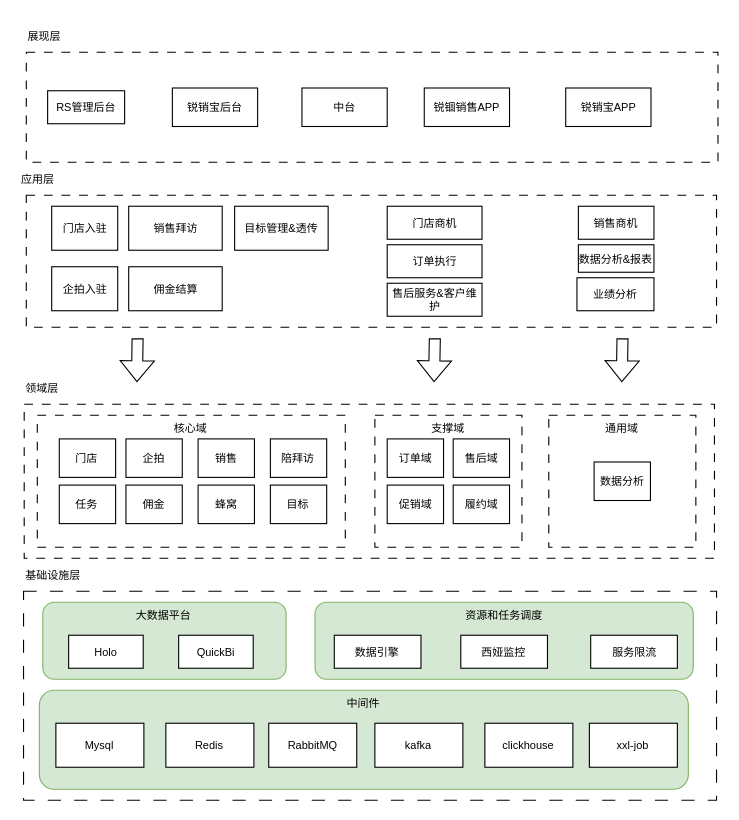
The draw.io diagram RS&RP应用层架构-3.drawio in shixiaoding/draw, before the edit. Source tidied: cells renumbered, new cells numbered last; positions are measured from the earlier drawing's top-left corner, leaving out a move shared by most shapes. Both pictures are drawn from the tidied source at 110%, with x=0, y=0 at pixel (18, 19).
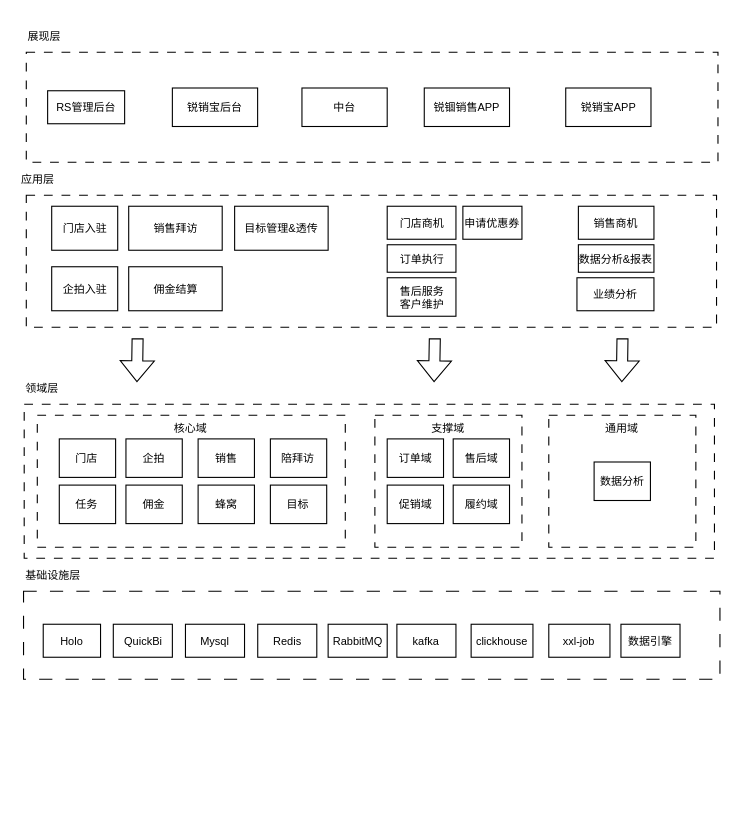
The same page after the edit.

Commit message:
更新RS&RP应用层架构-3.drawio

The edit, as a diff of the source:
```diff
@@
     <mxCell id="4" style="rounded=0;whiteSpace=wrap;html=1;dashed=1;dashPattern=12 12;fontSize=10;" parent="1" vertex="1">
-      <mxGeometry x="4.9" y="520" width="630" height="190" as="geometry" />
+      <mxGeometry x="4.9" y="520" width="633.1" height="80" as="geometry" />
     </mxCell>
-    <mxCell id="5" value="资源和任务调度" style="rounded=1;whiteSpace=wrap;html=1;horizontal=1;verticalAlign=top;fillColor=#d5e8d4;strokeColor=#82b366;fontSize=10;" parent="1" vertex="1">
-      <mxGeometry x="269.9" y="530" width="343.8" height="70" as="geometry" />
-    </mxCell>
-    <mxCell id="6" value="大数据平台" style="rounded=1;whiteSpace=wrap;html=1;horizontal=1;verticalAlign=top;fillColor=#d5e8d4;strokeColor=#82b366;fontSize=10;" parent="1" vertex="1">
-      <mxGeometry x="22.4" y="530" width="221.2" height="70" as="geometry" />
-    </mxCell>
-    <mxCell id="7" value="中间件" style="rounded=1;whiteSpace=wrap;html=1;horizontal=1;verticalAlign=top;fillColor=#d5e8d4;strokeColor=#82b366;fontSize=10;" parent="1" vertex="1">
-      <mxGeometry x="19.3" y="610" width="590" height="90" as="geometry" />
-    </mxCell>
@@
-    <mxCell id="9" value="Mysql" style="rounded=0;whiteSpace=wrap;html=1;fontSize=10;" parent="1" vertex="1">
-      <mxGeometry x="34.3" y="640" width="80" height="40" as="geometry" />
-    </mxCell>
-    <mxCell id="10" value="clickhouse" style="rounded=0;whiteSpace=wrap;html=1;fontSize=10;" parent="1" vertex="1">
-      <mxGeometry x="424.3" y="640" width="80" height="40" as="geometry" />
-    </mxCell>
-    <mxCell id="11" value="Redis" style="rounded=0;whiteSpace=wrap;html=1;fontSize=10;" parent="1" vertex="1">
-      <mxGeometry x="134.3" y="640" width="80" height="40" as="geometry" />
-    </mxCell>
-    <mxCell id="12" value="RabbitMQ" style="rounded=0;whiteSpace=wrap;html=1;fontSize=10;" parent="1" vertex="1">
-      <mxGeometry x="227.8" y="640" width="80" height="40" as="geometry" />
-    </mxCell>
-    <mxCell id="13" value="kafka" style="rounded=0;whiteSpace=wrap;html=1;fontSize=10;" parent="1" vertex="1">
-      <mxGeometry x="324.3" y="640" width="80" height="40" as="geometry" />
-    </mxCell>
     <mxCell id="14" value="Holo" style="rounded=0;whiteSpace=wrap;html=1;fontSize=10;" parent="1" vertex="1">
-      <mxGeometry x="45.9" y="560" width="67.8" height="30" as="geometry" />
+      <mxGeometry x="22.8" y="550" width="52.1" height="30" as="geometry" />
     </mxCell>
     <mxCell id="15" value="QuickBi" style="rounded=0;whiteSpace=wrap;html=1;fontSize=10;" parent="1" vertex="1">
-      <mxGeometry x="145.9" y="560" width="67.8" height="30" as="geometry" />
+      <mxGeometry x="86.5" y="550" width="53.7" height="30" as="geometry" />
     </mxCell>
-    <mxCell id="16" value="数据引擎" style="rounded=0;whiteSpace=wrap;html=1;fontSize=10;" parent="1" vertex="1">
-      <mxGeometry x="287.4" y="560" width="78.8" height="30" as="geometry" />
-    </mxCell>
@@
-    <mxCell id="25" value="xxl-job" style="rounded=0;whiteSpace=wrap;html=1;fontSize=10;" parent="1" vertex="1">
-      <mxGeometry x="519.3" y="640" width="80" height="40" as="geometry" />
-    </mxCell>
@@
-    <mxCell id="28" value="门店商机" style="rounded=0;whiteSpace=wrap;html=1;fontSize=10;" parent="1" vertex="1">
-      <mxGeometry x="335.5" y="170" width="86.2" height="30" as="geometry" />
+    <mxCell id="28" value="申请优惠券" style="rounded=0;whiteSpace=wrap;html=1;fontSize=10;" parent="1" vertex="1">
+      <mxGeometry x="404.3" y="170" width="53.7" height="30" as="geometry" />
     </mxCell>
     <mxCell id="29" value="订单执行" style="rounded=0;whiteSpace=wrap;html=1;fontSize=10;" parent="1" vertex="1">
-      <mxGeometry x="335.5" y="205" width="86.2" height="30" as="geometry" />
+      <mxGeometry x="335.5" y="205" width="62.5" height="25" as="geometry" />
     </mxCell>
@@
-    <mxCell id="36" value="售后服务&amp;amp;客户维护" style="rounded=0;whiteSpace=wrap;html=1;fontSize=10;" parent="1" vertex="1">
-      <mxGeometry x="335.5" y="240" width="86.2" height="30" as="geometry" />
+    <mxCell id="36" value="售后服务&lt;br&gt;客户维护" style="rounded=0;whiteSpace=wrap;html=1;fontSize=10;" parent="1" vertex="1">
+      <mxGeometry x="335.5" y="235" width="62.5" height="35" as="geometry" />
     </mxCell>
@@
-    <mxCell id="41" value="西娅监控" style="rounded=0;whiteSpace=wrap;html=1;fontSize=10;" parent="1" vertex="1">
-      <mxGeometry x="402.4" y="560" width="78.8" height="30" as="geometry" />
-    </mxCell>
-    <mxCell id="42" value="服务限流" style="rounded=0;whiteSpace=wrap;html=1;fontSize=10;" parent="1" vertex="1">
-      <mxGeometry x="520.5" y="560" width="78.8" height="30" as="geometry" />
-    </mxCell>
@@
+    <mxCell id="59" value="门店商机" style="rounded=0;whiteSpace=wrap;html=1;fontSize=10;" parent="1" vertex="1">
+      <mxGeometry x="335.5" y="170" width="62.5" height="30" as="geometry" />
+    </mxCell>
+    <mxCell id="9" value="Mysql" style="rounded=0;whiteSpace=wrap;html=1;fontSize=10;" parent="1" vertex="1">
+      <mxGeometry x="152.1" y="550" width="53.7" height="30" as="geometry" />
+    </mxCell>
+    <mxCell id="11" value="Redis" style="rounded=0;whiteSpace=wrap;html=1;fontSize=10;" parent="1" vertex="1">
+      <mxGeometry x="217.8" y="550" width="53.7" height="30" as="geometry" />
+    </mxCell>
+    <mxCell id="12" value="RabbitMQ" style="rounded=0;whiteSpace=wrap;html=1;fontSize=10;" parent="1" vertex="1">
+      <mxGeometry x="281.8" y="550" width="53.7" height="30" as="geometry" />
+    </mxCell>
+    <mxCell id="13" value="kafka" style="rounded=0;whiteSpace=wrap;html=1;fontSize=10;" parent="1" vertex="1">
+      <mxGeometry x="344.3" y="550" width="53.7" height="30" as="geometry" />
+    </mxCell>
+    <mxCell id="10" value="clickhouse" style="rounded=0;whiteSpace=wrap;html=1;fontSize=10;" parent="1" vertex="1">
+      <mxGeometry x="411.8" y="550" width="56.2" height="30" as="geometry" />
+    </mxCell>
+    <mxCell id="25" value="xxl-job" style="rounded=0;whiteSpace=wrap;html=1;fontSize=10;" parent="1" vertex="1">
+      <mxGeometry x="482.4" y="550" width="55.6" height="30" as="geometry" />
+    </mxCell>
+    <mxCell id="16" value="数据引擎" style="rounded=0;whiteSpace=wrap;html=1;fontSize=10;" parent="1" vertex="1">
+      <mxGeometry x="548" y="550" width="53.7" height="30" as="geometry" />
+    </mxCell>
```
